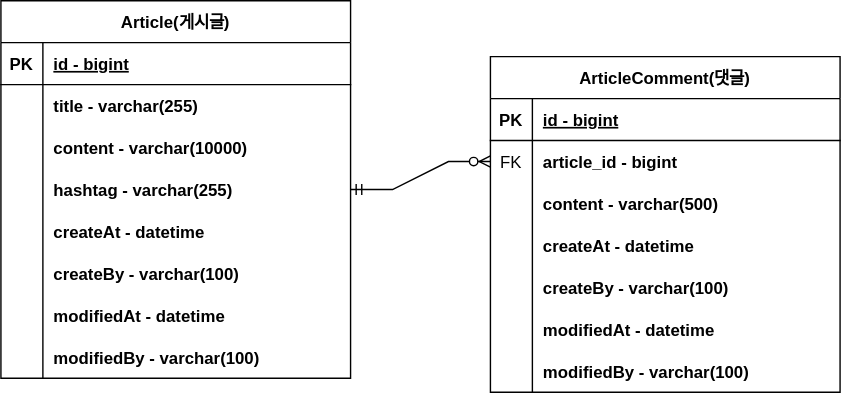
Earlier version of the draw.io export document/project-board-erd.svg (mun9769/spring-board-project). Source tidied: cells renumbered, new cells last; positions are measured from the earlier drawing's top-left corner, leaving out a move shared by most shapes.
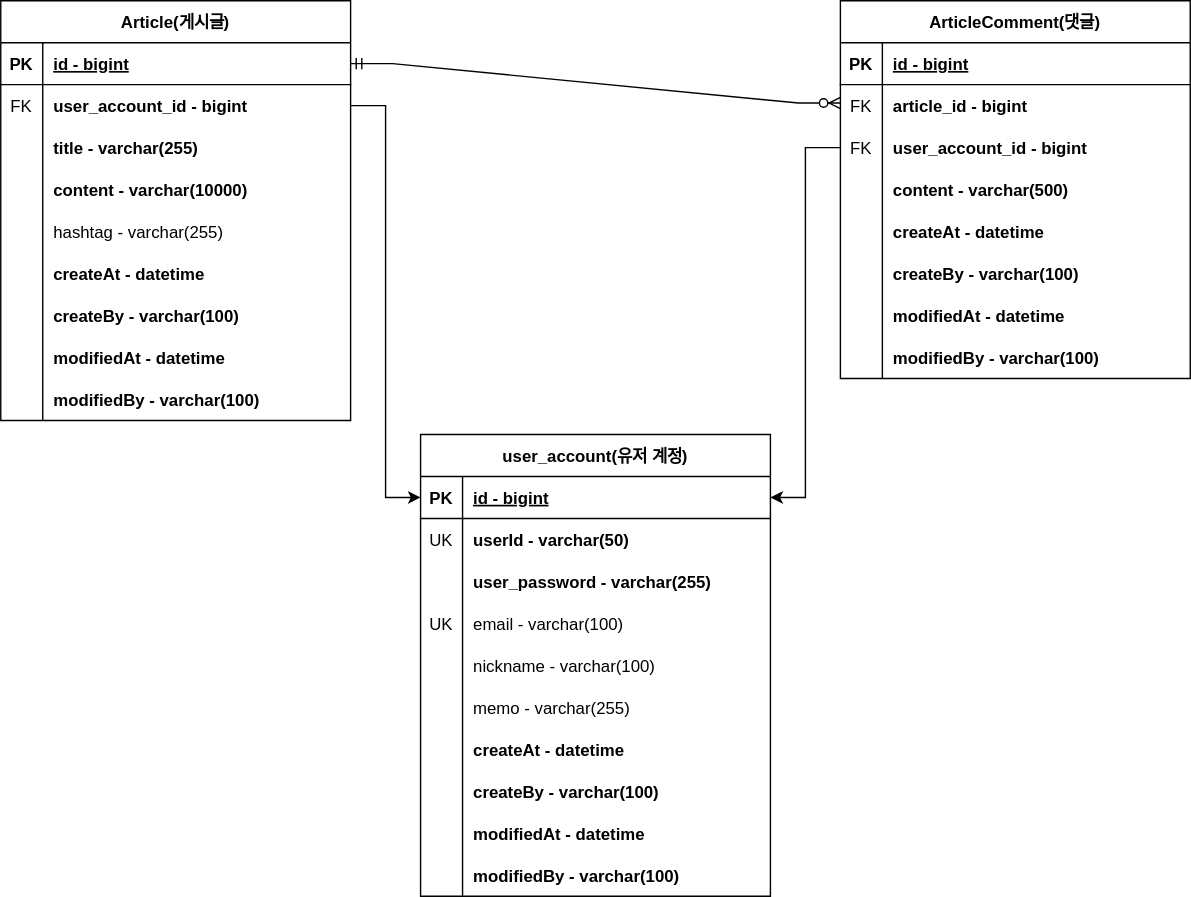
The same file after the commit.

Diff of the diagram source:
```diff
@@ -3,7 +3,7 @@
     <mxCell id="0" />
     <mxCell id="1" parent="0" />
     <mxCell id="2" value="Article(게시글)" style="shape=table;startSize=30;rowLines=0;fontStyle=1;align=center;" parent="1" vertex="1">
-      <mxGeometry width="250" height="270" as="geometry" />
+      <mxGeometry y="300" width="250" height="300" as="geometry" />
     </mxCell>
     <mxCell id="3" style="shape=partialRectangle;fillColor=none;points=[[0,0.5],[1,0.5]];portConstraint=eastwest;top=0;left=0;right=0;bottom=1;" parent="2" vertex="1">
       <mxGeometry y="30" width="250" height="30" as="geometry" />
@@ -17,14 +17,23 @@
     <mxCell id="6" style="shape=partialRectangle;fillColor=none;points=[[0,0.5],[1,0.5]];portConstraint=eastwest;top=0;left=0;right=0;bottom=0;" parent="2" vertex="1">
       <mxGeometry y="60" width="250" height="30" as="geometry" />
     </mxCell>
-    <mxCell id="7" style="shape=partialRectangle;overflow=hidden;fillColor=none;top=0;left=0;bottom=0;right=0;" parent="6" vertex="1">
+    <mxCell id="7" value="FK" style="shape=partialRectangle;overflow=hidden;fillColor=none;top=0;left=0;bottom=0;right=0;" parent="6" vertex="1">
       <mxGeometry width="30" height="30" as="geometry" />
     </mxCell>
-    <mxCell id="8" value="title - varchar(255)" style="shape=partialRectangle;overflow=hidden;fillColor=none;top=0;left=0;bottom=0;right=0;align=left;spacingLeft=6;fontStyle=1;" parent="6" vertex="1">
+    <mxCell id="8" value="user_account_id - bigint" style="shape=partialRectangle;overflow=hidden;fillColor=none;top=0;left=0;bottom=0;right=0;align=left;spacingLeft=6;fontStyle=1;" parent="6" vertex="1">
       <mxGeometry x="30" width="220" height="30" as="geometry" />
     </mxCell>
+    <mxCell id="50" style="shape=partialRectangle;fillColor=none;top=0;left=0;right=0;bottom=0;" parent="2" vertex="1">
+      <mxGeometry y="90" width="250" height="30" as="geometry" />
+    </mxCell>
+    <mxCell id="51" style="shape=partialRectangle;overflow=hidden;fillColor=none;top=0;left=0;bottom=0;right=0;" parent="50" vertex="1">
+      <mxGeometry width="30" height="30" as="geometry" />
+    </mxCell>
+    <mxCell id="52" value="title - varchar(255)" style="shape=partialRectangle;overflow=hidden;fillColor=none;top=0;left=0;bottom=0;right=0;align=left;spacingLeft=6;fontStyle=1;" parent="50" vertex="1">
+      <mxGeometry x="30" width="220" height="30" as="geometry" />
+    </mxCell>
     <mxCell id="9" style="shape=partialRectangle;fillColor=none;top=0;left=0;right=0;bottom=0;" parent="2" vertex="1">
-      <mxGeometry y="90" width="250" height="30" as="geometry" />
+      <mxGeometry y="120" width="250" height="30" as="geometry" />
     </mxCell>
     <mxCell id="10" style="shape=partialRectangle;overflow=hidden;fillColor=none;top=0;left=0;bottom=0;right=0;" parent="9" vertex="1">
       <mxGeometry width="30" height="30" as="geometry" />
@@ -33,16 +42,16 @@
       <mxGeometry x="30" width="220" height="30" as="geometry" />
     </mxCell>
     <mxCell id="12" style="shape=partialRectangle;fillColor=none;points=[[0,0.5],[1,0.5]];portConstraint=eastwest;top=0;left=0;right=0;bottom=0;" parent="2" vertex="1">
-      <mxGeometry y="120" width="250" height="30" as="geometry" />
+      <mxGeometry y="150" width="250" height="30" as="geometry" />
     </mxCell>
     <mxCell id="13" style="shape=partialRectangle;overflow=hidden;fillColor=none;top=0;left=0;bottom=0;right=0;" parent="12" vertex="1">
       <mxGeometry width="30" height="30" as="geometry" />
     </mxCell>
-    <mxCell id="14" value="hashtag - varchar(255)" style="shape=partialRectangle;overflow=hidden;fillColor=none;top=0;left=0;bottom=0;right=0;align=left;spacingLeft=6;fontStyle=1;" parent="12" vertex="1">
+    <mxCell id="14" value="hashtag - varchar(255)" style="shape=partialRectangle;overflow=hidden;fillColor=none;top=0;left=0;bottom=0;right=0;align=left;spacingLeft=6;fontStyle=0;" parent="12" vertex="1">
       <mxGeometry x="30" width="220" height="30" as="geometry" />
     </mxCell>
     <mxCell id="15" style="shape=partialRectangle;fillColor=none;top=0;left=0;right=0;bottom=0;" parent="2" vertex="1">
-      <mxGeometry y="150" width="250" height="30" as="geometry" />
+      <mxGeometry y="180" width="250" height="30" as="geometry" />
     </mxCell>
     <mxCell id="16" style="shape=partialRectangle;overflow=hidden;fillColor=none;top=0;left=0;bottom=0;right=0;" parent="15" vertex="1">
       <mxGeometry width="30" height="30" as="geometry" />
@@ -51,7 +60,7 @@
       <mxGeometry x="30" width="220" height="30" as="geometry" />
     </mxCell>
     <mxCell id="18" style="shape=partialRectangle;fillColor=none;top=0;left=0;right=0;bottom=0;" parent="2" vertex="1">
-      <mxGeometry y="180" width="250" height="30" as="geometry" />
+      <mxGeometry y="210" width="250" height="30" as="geometry" />
     </mxCell>
     <mxCell id="19" style="shape=partialRectangle;overflow=hidden;fillColor=none;top=0;left=0;bottom=0;right=0;" parent="18" vertex="1">
       <mxGeometry width="30" height="30" as="geometry" />
@@ -60,7 +69,7 @@
       <mxGeometry x="30" width="220" height="30" as="geometry" />
     </mxCell>
     <mxCell id="21" style="shape=partialRectangle;fillColor=none;top=0;left=0;right=0;bottom=0;" parent="2" vertex="1">
-      <mxGeometry y="210" width="250" height="30" as="geometry" />
+      <mxGeometry y="240" width="250" height="30" as="geometry" />
     </mxCell>
     <mxCell id="22" style="shape=partialRectangle;overflow=hidden;fillColor=none;top=0;left=0;bottom=0;right=0;" parent="21" vertex="1">
       <mxGeometry width="30" height="30" as="geometry" />
@@ -69,7 +78,7 @@
       <mxGeometry x="30" width="220" height="30" as="geometry" />
     </mxCell>
     <mxCell id="24" style="shape=partialRectangle;fillColor=none;top=0;left=0;right=0;bottom=0;" parent="2" vertex="1">
-      <mxGeometry y="240" width="250" height="30" as="geometry" />
+      <mxGeometry y="270" width="250" height="30" as="geometry" />
     </mxCell>
     <mxCell id="25" style="shape=partialRectangle;overflow=hidden;fillColor=none;top=0;left=0;bottom=0;right=0;" parent="24" vertex="1">
       <mxGeometry width="30" height="30" as="geometry" />
@@ -78,7 +87,7 @@
       <mxGeometry x="30" width="220" height="30" as="geometry" />
     </mxCell>
     <mxCell id="27" value="ArticleComment(댓글)" style="shape=table;startSize=30;rowLines=0;fontStyle=1;align=center;" parent="1" vertex="1">
-      <mxGeometry x="350" y="40" width="250" height="240" as="geometry" />
+      <mxGeometry x="600" y="300" width="250" height="270" as="geometry" />
     </mxCell>
     <mxCell id="28" style="shape=partialRectangle;fillColor=none;top=0;left=0;right=0;bottom=1;" parent="27" vertex="1">
       <mxGeometry y="30" width="250" height="30" as="geometry" />
@@ -98,8 +107,17 @@
     <mxCell id="33" value="article_id - bigint" style="shape=partialRectangle;overflow=hidden;fillColor=none;top=0;left=0;bottom=0;right=0;align=left;spacingLeft=6;fontStyle=1;" parent="31" vertex="1">
       <mxGeometry x="30" width="220" height="30" as="geometry" />
     </mxCell>
+    <mxCell id="53" style="shape=partialRectangle;fillColor=none;points=[[0,0.5],[1,0.5]];portConstraint=eastwest;top=0;left=0;right=0;bottom=0;" parent="27" vertex="1">
+      <mxGeometry y="90" width="250" height="30" as="geometry" />
+    </mxCell>
+    <mxCell id="54" value="FK" style="shape=partialRectangle;overflow=hidden;fillColor=none;top=0;left=0;bottom=0;right=0;" parent="53" vertex="1">
+      <mxGeometry width="30" height="30" as="geometry" />
+    </mxCell>
+    <mxCell id="55" value="user_account_id - bigint" style="shape=partialRectangle;overflow=hidden;fillColor=none;top=0;left=0;bottom=0;right=0;align=left;spacingLeft=6;fontStyle=1;" parent="53" vertex="1">
+      <mxGeometry x="30" width="220" height="30" as="geometry" />
+    </mxCell>
     <mxCell id="34" style="shape=partialRectangle;fillColor=none;top=0;left=0;right=0;bottom=0;" parent="27" vertex="1">
-      <mxGeometry y="90" width="250" height="30" as="geometry" />
+      <mxGeometry y="120" width="250" height="30" as="geometry" />
     </mxCell>
     <mxCell id="35" style="shape=partialRectangle;overflow=hidden;fillColor=none;top=0;left=0;bottom=0;right=0;" parent="34" vertex="1">
       <mxGeometry width="30" height="30" as="geometry" />
@@ -108,7 +126,7 @@
       <mxGeometry x="30" width="220" height="30" as="geometry" />
     </mxCell>
     <mxCell id="37" style="shape=partialRectangle;fillColor=none;top=0;left=0;right=0;bottom=0;" parent="27" vertex="1">
-      <mxGeometry y="120" width="250" height="30" as="geometry" />
+      <mxGeometry y="150" width="250" height="30" as="geometry" />
     </mxCell>
     <mxCell id="38" style="shape=partialRectangle;overflow=hidden;fillColor=none;top=0;left=0;bottom=0;right=0;" parent="37" vertex="1">
       <mxGeometry width="30" height="30" as="geometry" />
@@ -117,7 +135,7 @@
       <mxGeometry x="30" width="220" height="30" as="geometry" />
     </mxCell>
     <mxCell id="40" style="shape=partialRectangle;fillColor=none;top=0;left=0;right=0;bottom=0;" parent="27" vertex="1">
-      <mxGeometry y="150" width="250" height="30" as="geometry" />
+      <mxGeometry y="180" width="250" height="30" as="geometry" />
     </mxCell>
     <mxCell id="41" style="shape=partialRectangle;overflow=hidden;fillColor=none;top=0;left=0;bottom=0;right=0;" parent="40" vertex="1">
       <mxGeometry width="30" height="30" as="geometry" />
@@ -126,7 +144,7 @@
       <mxGeometry x="30" width="220" height="30" as="geometry" />
     </mxCell>
     <mxCell id="43" style="shape=partialRectangle;fillColor=none;top=0;left=0;right=0;bottom=0;" parent="27" vertex="1">
-      <mxGeometry y="180" width="250" height="30" as="geometry" />
+      <mxGeometry y="210" width="250" height="30" as="geometry" />
     </mxCell>
     <mxCell id="44" style="shape=partialRectangle;overflow=hidden;fillColor=none;top=0;left=0;bottom=0;right=0;" parent="43" vertex="1">
       <mxGeometry width="30" height="30" as="geometry" />
@@ -135,7 +153,7 @@
       <mxGeometry x="30" width="220" height="30" as="geometry" />
     </mxCell>
     <mxCell id="46" style="shape=partialRectangle;fillColor=none;top=0;left=0;right=0;bottom=0;" parent="27" vertex="1">
-      <mxGeometry y="210" width="250" height="30" as="geometry" />
+      <mxGeometry y="240" width="250" height="30" as="geometry" />
     </mxCell>
     <mxCell id="47" style="shape=partialRectangle;overflow=hidden;fillColor=none;top=0;left=0;bottom=0;right=0;" parent="46" vertex="1">
       <mxGeometry width="30" height="30" as="geometry" />
@@ -143,8 +161,112 @@
     <mxCell id="48" value="modifiedBy - varchar(100)" style="shape=partialRectangle;overflow=hidden;fillColor=none;top=0;left=0;bottom=0;right=0;align=left;spacingLeft=6;fontStyle=1;" parent="46" vertex="1">
       <mxGeometry x="30" width="220" height="30" as="geometry" />
     </mxCell>
-    <mxCell id="49" style="edgeStyle=entityRelationEdgeStyle;fontSize=12;html=1;endArrow=ERzeroToMany;startArrow=ERmandOne;rounded=0;exitX=1;exitY=0.5;exitDx=0;exitDy=0;entryX=0;entryY=0.5;entryDx=0;entryDy=0;" parent="1" edge="1" source="12" target="31">
-      <mxGeometry relative="1" as="geometry" />
+    <mxCell id="49" style="edgeStyle=entityRelationEdgeStyle;fontSize=12;html=1;endArrow=ERzeroToMany;startArrow=ERmandOne;rounded=0;entryX=-0.002;entryY=0.073;entryDx=0;entryDy=0;entryPerimeter=0;exitX=1;exitY=0.5;exitDx=0;exitDy=0;" parent="1" edge="1" source="3">
+      <mxGeometry relative="1" as="geometry">
+        <mxPoint x="600" y="373.1" as="targetPoint" />
+        <Array as="points">
+          <mxPoint x="280.5" y="375.6" />
+        </Array>
+      </mxGeometry>
     </mxCell>
+    <mxCell id="56" value="user_account(유저 계정)" style="shape=table;startSize=30;rowLines=0;fontStyle=1;align=center;" parent="1" vertex="1">
+      <mxGeometry x="300" y="610" width="250" height="330" as="geometry" />
+    </mxCell>
+    <mxCell id="57" style="shape=partialRectangle;fillColor=none;points=[[0,0.5],[1,0.5]];portConstraint=eastwest;top=0;left=0;right=0;bottom=1;" parent="56" vertex="1">
+      <mxGeometry y="30" width="250" height="30" as="geometry" />
+    </mxCell>
+    <mxCell id="58" value="PK" style="shape=partialRectangle;overflow=hidden;fillColor=none;top=0;left=0;bottom=0;right=0;fontStyle=1;" parent="57" vertex="1">
+      <mxGeometry width="30" height="30" as="geometry" />
+    </mxCell>
+    <mxCell id="59" value="id - bigint" style="shape=partialRectangle;overflow=hidden;fillColor=none;top=0;left=0;bottom=0;right=0;align=left;spacingLeft=6;fontStyle=5;" parent="57" vertex="1">
+      <mxGeometry x="30" width="220" height="30" as="geometry" />
+    </mxCell>
+    <mxCell id="60" style="shape=partialRectangle;fillColor=none;top=0;left=0;right=0;bottom=0;" parent="56" vertex="1">
+      <mxGeometry y="60" width="250" height="30" as="geometry" />
+    </mxCell>
+    <mxCell id="61" value="UK" style="shape=partialRectangle;overflow=hidden;fillColor=none;top=0;left=0;bottom=0;right=0;" parent="60" vertex="1">
+      <mxGeometry width="30" height="30" as="geometry" />
+    </mxCell>
+    <mxCell id="62" value="userId - varchar(50)" style="shape=partialRectangle;overflow=hidden;fillColor=none;top=0;left=0;bottom=0;right=0;align=left;spacingLeft=6;fontStyle=1;" parent="60" vertex="1">
+      <mxGeometry x="30" width="220" height="30" as="geometry" />
+    </mxCell>
+    <mxCell id="63" style="shape=partialRectangle;fillColor=none;top=0;left=0;right=0;bottom=0;" parent="56" vertex="1">
+      <mxGeometry y="90" width="250" height="30" as="geometry" />
+    </mxCell>
+    <mxCell id="64" style="shape=partialRectangle;overflow=hidden;fillColor=none;top=0;left=0;bottom=0;right=0;" parent="63" vertex="1">
+      <mxGeometry width="30" height="30" as="geometry" />
+    </mxCell>
+    <mxCell id="65" value="user_password - varchar(255)" style="shape=partialRectangle;overflow=hidden;fillColor=none;top=0;left=0;bottom=0;right=0;align=left;spacingLeft=6;fontStyle=1;" parent="63" vertex="1">
+      <mxGeometry x="30" width="220" height="30" as="geometry" />
+    </mxCell>
+    <mxCell id="66" style="shape=partialRectangle;fillColor=none;top=0;left=0;right=0;bottom=0;" parent="56" vertex="1">
+      <mxGeometry y="120" width="250" height="30" as="geometry" />
+    </mxCell>
+    <mxCell id="67" value="UK" style="shape=partialRectangle;overflow=hidden;fillColor=none;top=0;left=0;bottom=0;right=0;" parent="66" vertex="1">
+      <mxGeometry width="30" height="30" as="geometry" />
+    </mxCell>
+    <mxCell id="68" value="email - varchar(100)" style="shape=partialRectangle;overflow=hidden;fillColor=none;top=0;left=0;bottom=0;right=0;align=left;spacingLeft=6;fontStyle=0;" parent="66" vertex="1">
+      <mxGeometry x="30" width="220" height="30" as="geometry" />
+    </mxCell>
+    <mxCell id="69" style="shape=partialRectangle;fillColor=none;top=0;left=0;right=0;bottom=0;" parent="56" vertex="1">
+      <mxGeometry y="150" width="250" height="30" as="geometry" />
+    </mxCell>
+    <mxCell id="70" style="shape=partialRectangle;overflow=hidden;fillColor=none;top=0;left=0;bottom=0;right=0;" parent="69" vertex="1">
+      <mxGeometry width="30" height="30" as="geometry" />
+    </mxCell>
+    <mxCell id="71" value="nickname - varchar(100)" style="shape=partialRectangle;overflow=hidden;fillColor=none;top=0;left=0;bottom=0;right=0;align=left;spacingLeft=6;fontStyle=0;" parent="69" vertex="1">
+      <mxGeometry x="30" width="220" height="30" as="geometry" />
+    </mxCell>
+    <mxCell id="72" style="shape=partialRectangle;fillColor=none;top=0;left=0;right=0;bottom=0;" parent="56" vertex="1">
+      <mxGeometry y="180" width="250" height="30" as="geometry" />
+    </mxCell>
+    <mxCell id="73" style="shape=partialRectangle;overflow=hidden;fillColor=none;top=0;left=0;bottom=0;right=0;" parent="72" vertex="1">
+      <mxGeometry width="30" height="30" as="geometry" />
+    </mxCell>
+    <mxCell id="74" value="memo - varchar(255)" style="shape=partialRectangle;overflow=hidden;fillColor=none;top=0;left=0;bottom=0;right=0;align=left;spacingLeft=6;fontStyle=0;" parent="72" vertex="1">
+      <mxGeometry x="30" width="220" height="30" as="geometry" />
+    </mxCell>
+    <mxCell id="75" style="shape=partialRectangle;fillColor=none;top=0;left=0;right=0;bottom=0;" parent="56" vertex="1">
+      <mxGeometry y="210" width="250" height="30" as="geometry" />
+    </mxCell>
+    <mxCell id="76" style="shape=partialRectangle;overflow=hidden;fillColor=none;top=0;left=0;bottom=0;right=0;" parent="75" vertex="1">
+      <mxGeometry width="30" height="30" as="geometry" />
+    </mxCell>
+    <mxCell id="77" value="createAt - datetime" style="shape=partialRectangle;overflow=hidden;fillColor=none;top=0;left=0;bottom=0;right=0;align=left;spacingLeft=6;fontStyle=1;" parent="75" vertex="1">
+      <mxGeometry x="30" width="220" height="30" as="geometry" />
+    </mxCell>
+    <mxCell id="78" style="shape=partialRectangle;fillColor=none;top=0;left=0;right=0;bottom=0;" parent="56" vertex="1">
+      <mxGeometry y="240" width="250" height="30" as="geometry" />
+    </mxCell>
+    <mxCell id="79" style="shape=partialRectangle;overflow=hidden;fillColor=none;top=0;left=0;bottom=0;right=0;" parent="78" vertex="1">
+      <mxGeometry width="30" height="30" as="geometry" />
+    </mxCell>
+    <mxCell id="80" value="createBy - varchar(100)" style="shape=partialRectangle;overflow=hidden;fillColor=none;top=0;left=0;bottom=0;right=0;align=left;spacingLeft=6;fontStyle=1;" parent="78" vertex="1">
+      <mxGeometry x="30" width="220" height="30" as="geometry" />
+    </mxCell>
+    <mxCell id="81" style="shape=partialRectangle;fillColor=none;top=0;left=0;right=0;bottom=0;" parent="56" vertex="1">
+      <mxGeometry y="270" width="250" height="30" as="geometry" />
+    </mxCell>
+    <mxCell id="82" style="shape=partialRectangle;overflow=hidden;fillColor=none;top=0;left=0;bottom=0;right=0;" parent="81" vertex="1">
+      <mxGeometry width="30" height="30" as="geometry" />
+    </mxCell>
+    <mxCell id="83" value="modifiedAt - datetime" style="shape=partialRectangle;overflow=hidden;fillColor=none;top=0;left=0;bottom=0;right=0;align=left;spacingLeft=6;fontStyle=1;" parent="81" vertex="1">
+      <mxGeometry x="30" width="220" height="30" as="geometry" />
+    </mxCell>
+    <mxCell id="84" style="shape=partialRectangle;fillColor=none;top=0;left=0;right=0;bottom=0;" parent="56" vertex="1">
+      <mxGeometry y="300" width="250" height="30" as="geometry" />
+    </mxCell>
+    <mxCell id="85" style="shape=partialRectangle;overflow=hidden;fillColor=none;top=0;left=0;bottom=0;right=0;" parent="84" vertex="1">
+      <mxGeometry width="30" height="30" as="geometry" />
+    </mxCell>
+    <mxCell id="86" value="modifiedBy - varchar(100)" style="shape=partialRectangle;overflow=hidden;fillColor=none;top=0;left=0;bottom=0;right=0;align=left;spacingLeft=6;fontStyle=1;" parent="84" vertex="1">
+      <mxGeometry x="30" width="220" height="30" as="geometry" />
+    </mxCell>
+    <mxCell id="87" style="edgeStyle=orthogonalEdgeStyle;rounded=0;jettySize=auto;html=1;entryX=0;entryY=0.5;entryDx=0;entryDy=0;" parent="1" edge="1" source="6" target="57">
+      <mxGeometry relative="1" as="geometry" />
+    </mxCell>
+    <mxCell id="88" style="edgeStyle=orthogonalEdgeStyle;rounded=0;jettySize=auto;html=1;exitX=0;exitY=0.5;exitDx=0;exitDy=0;entryX=1;entryY=0.5;entryDx=0;entryDy=0;" parent="1" edge="1" source="53" target="57">
+      <mxGeometry relative="1" as="geometry" />
+    </mxCell>
   </root>
 </mxGraphModel>
```
